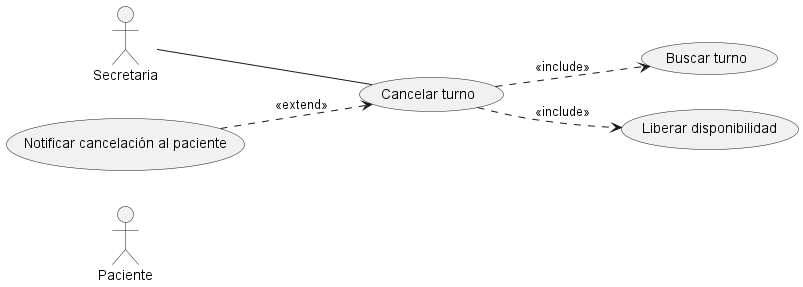
The PlantUML diagram diagramas/02-casos-de-uso/02-caso-uso-cancelar-turno-02/02-caso-uso-cancelar-turno-02.png in FacundoGuiraldes/SistemaTurnosMedicos, before a commit.
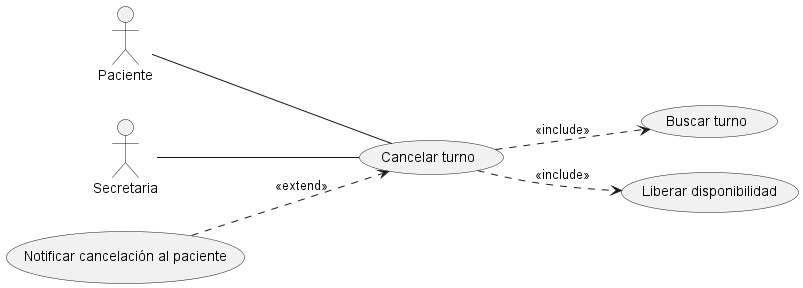
The same file after the commit.

Commit message:
fix: vuelvo a asociar actor Paciente a CU02 segun introduccion.md

Diff of the diagram source:
```diff
@@ -8,6 +8,7 @@
 usecase "Liberar disponibilidad" as UC3
 usecase "Notificar cancelación al paciente" as UC4
 
+Paciente -- UC1
 Secretaria -- UC1
 
 UC1 ..> UC2 : <<include>>
```
